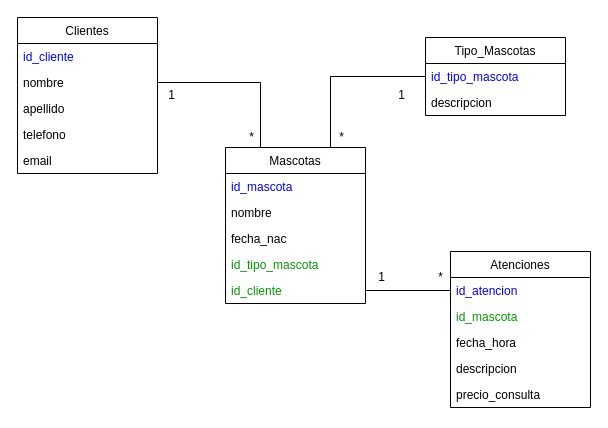
Above: Veterinaria_DB/DiagramaDBVeterinaria.drawio in ezebarrale/Veterinaria_App (draw.io), before the change. Source tidied: cells renumbered, new cells numbered last; positions are measured from the earlier drawing's top-left corner, leaving out a move shared by most shapes. Both pictures are drawn from the tidied source at 100%, with x=0, y=0 at pixel (17, 17).
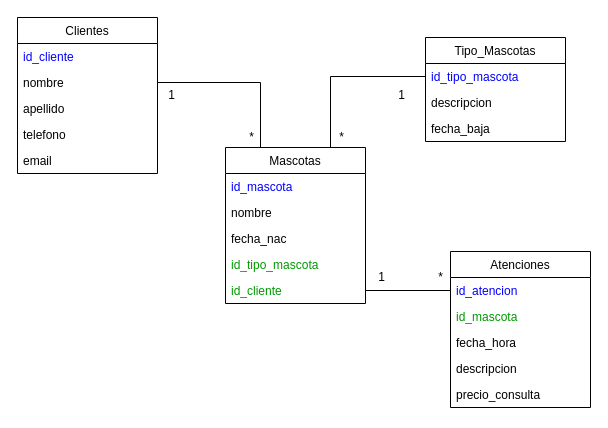
The same diagram, later.

The edit, as a diff of the source:
```diff
@@
     <mxCell id="21" value="Tipo_Mascotas" style="swimlane;fontStyle=0;horizontal=1;startSize=26;fillColor=none;" parent="1" vertex="1">
-      <mxGeometry x="408" y="20" width="140" height="78" as="geometry" />
+      <mxGeometry x="408" y="20" width="140" height="104" as="geometry" />
     </mxCell>
@@
+    <mxCell id="32" value="fecha_baja" style="text;strokeColor=none;fillColor=none;align=left;verticalAlign=top;spacingLeft=4;spacingRight=4;overflow=hidden;" parent="21" vertex="1">
+      <mxGeometry y="78" width="140" height="26" as="geometry" />
+    </mxCell>
```
